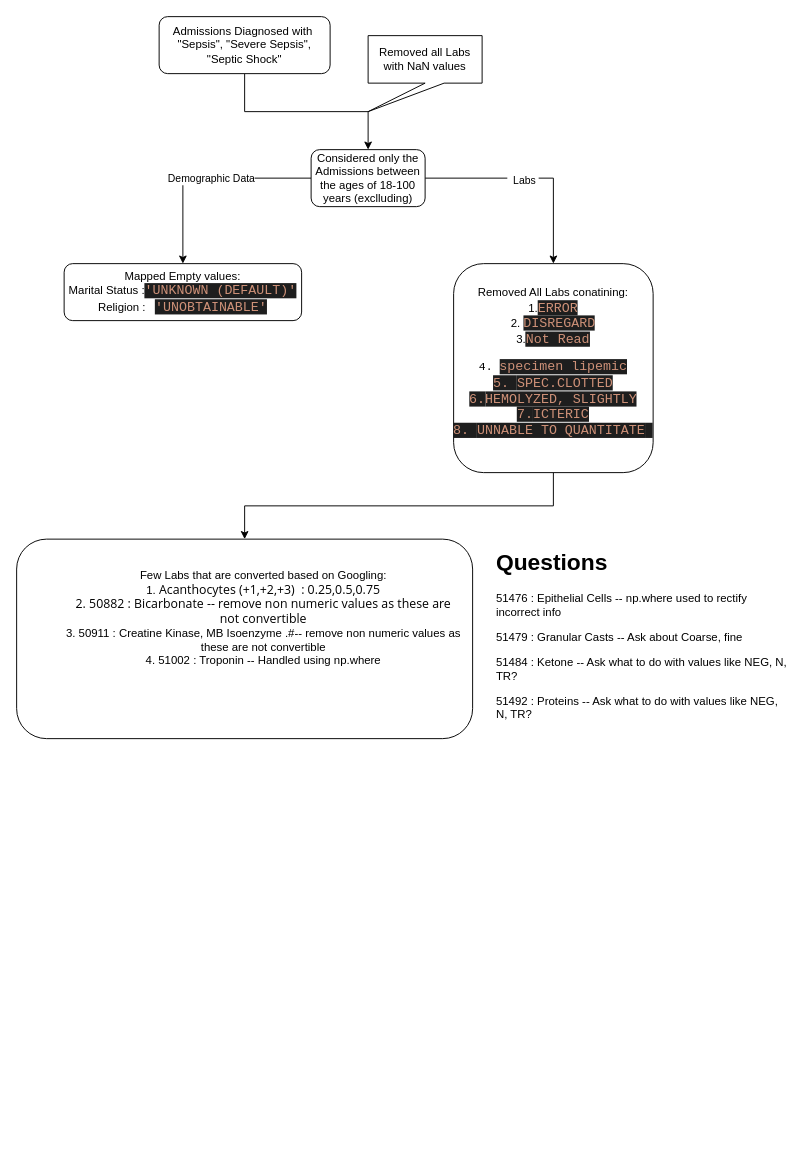
Aftab571/MasterThesisFinal keeps this draw.io diagram as MIMICDataPreprocessing.drawio. Above is the earlier version. Source tidied: cells renumbered, new cells numbered last; positions are measured from the earlier drawing's top-left corner, leaving out a move shared by most shapes. Both pictures are drawn from the tidied source at 95%, with x=0, y=0 at pixel (16, 16).
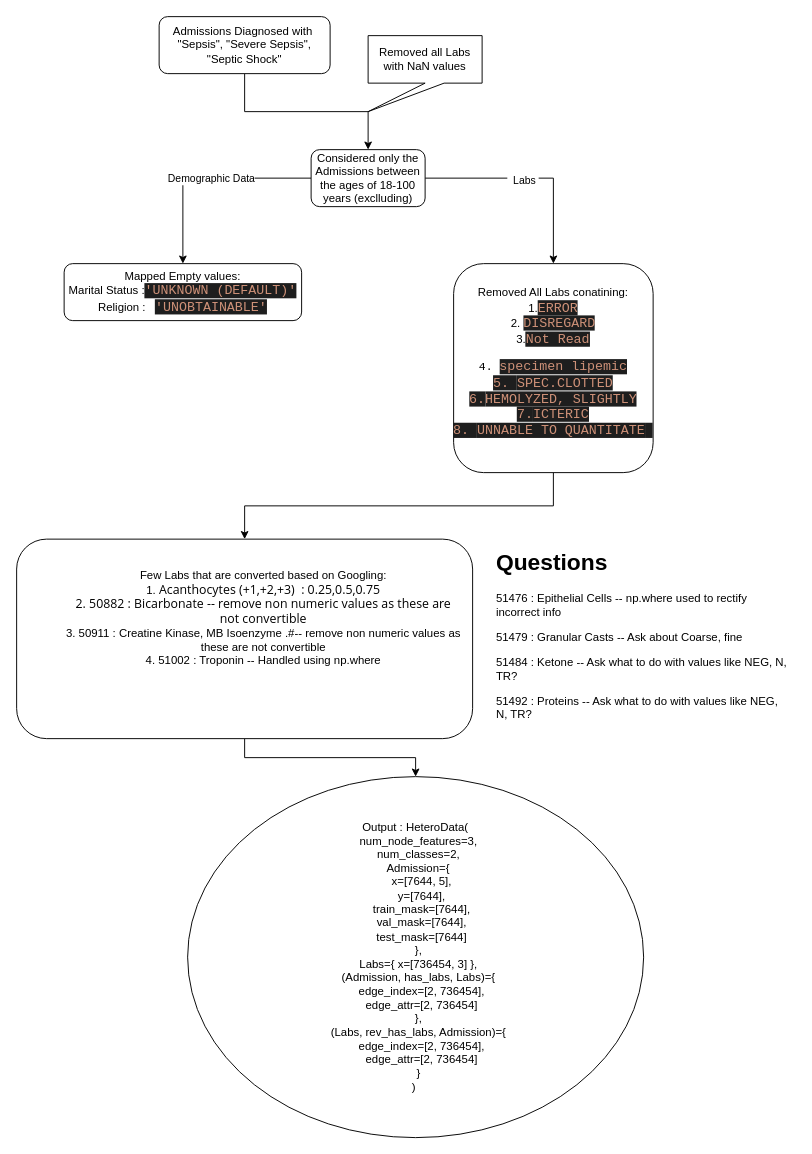
After the change.

Change to the diagram source:
```diff
@@
 <mxGraphModel>
   <root>
     <mxCell id="0" />
     <mxCell id="1" parent="0" />
     <mxCell id="2" style="edgeStyle=orthogonalEdgeStyle;rounded=0;jettySize=auto;html=1;" parent="1" edge="1" source="3" target="8">
       <mxGeometry relative="1" as="geometry" />
     </mxCell>
     <mxCell id="3" value="Admissions Diagnosed with&amp;nbsp;&lt;br&gt;&quot;Sepsis&quot;, &quot;Severe Sepsis&quot;, &quot;Septic Shock&quot;" style="rounded=1;whiteSpace=wrap;html=1;" parent="1" vertex="1">
       <mxGeometry x="150" width="180" height="60" as="geometry" />
     </mxCell>
     <mxCell id="4" style="edgeStyle=orthogonalEdgeStyle;rounded=0;jettySize=auto;html=1;" parent="1" edge="1" source="8" target="10">
       <mxGeometry relative="1" as="geometry" />
     </mxCell>
     <mxCell id="5" value="Demographic Data" style="edgeLabel;html=1;align=center;verticalAlign=middle;" parent="4" vertex="1">
       <mxGeometry x="-0.06" relative="1" as="geometry" />
     </mxCell>
     <mxCell id="6" style="edgeStyle=orthogonalEdgeStyle;rounded=0;jettySize=auto;html=1;" parent="1" edge="1" source="8" target="12">
       <mxGeometry relative="1" as="geometry" />
     </mxCell>
     <mxCell id="7" value="&amp;nbsp; Labs&amp;nbsp;" style="edgeLabel;html=1;align=center;verticalAlign=middle;" parent="6" vertex="1">
       <mxGeometry x="-0.09" y="-2" relative="1" as="geometry" />
     </mxCell>
     <mxCell id="8" value="Considered only the Admissions between the ages of 18-100 years (exclluding)" style="whiteSpace=wrap;html=1;rounded=1;" parent="1" vertex="1">
       <mxGeometry x="310" y="140" width="120" height="60" as="geometry" />
     </mxCell>
     <mxCell id="9" value="Removed all Labs with NaN values" style="shape=callout;whiteSpace=wrap;html=1;perimeter=calloutPerimeter;position2=0;" parent="1" vertex="1">
       <mxGeometry x="370" y="20" width="120" height="80" as="geometry" />
     </mxCell>
     <mxCell id="10" value="Mapped Empty values:&lt;br&gt;Marital Status :&lt;span style=&quot;color: rgb(206, 145, 120); background-color: rgb(30, 30, 30); font-family: Consolas, &amp;quot;Courier New&amp;quot;, monospace; font-size: 14px;&quot;&gt;'UNKNOWN&amp;nbsp;(DEFAULT)'&lt;br&gt;&lt;/span&gt;&lt;span style=&quot;background-color: initial;&quot;&gt;Religion :&amp;nbsp; &amp;nbsp;&lt;/span&gt;&lt;span style=&quot;color: rgb(206, 145, 120); background-color: rgb(30, 30, 30); font-family: Consolas, &amp;quot;Courier New&amp;quot;, monospace; font-size: 14px;&quot;&gt;'UNOBTAINABLE'&lt;/span&gt;" style="whiteSpace=wrap;html=1;rounded=1;" parent="1" vertex="1">
       <mxGeometry x="50" y="260" width="250" height="60" as="geometry" />
     </mxCell>
     <mxCell id="11" style="edgeStyle=orthogonalEdgeStyle;rounded=0;jettySize=auto;html=1;" parent="1" edge="1" source="12" target="13">
       <mxGeometry relative="1" as="geometry" />
     </mxCell>
     <mxCell id="12" value="Removed All Labs conatining:&lt;br&gt;1.&lt;span style=&quot;color: rgb(206, 145, 120); background-color: rgb(30, 30, 30); font-family: Consolas, &amp;quot;Courier New&amp;quot;, monospace; font-size: 14px;&quot;&gt;ERROR&lt;/span&gt;&lt;br&gt;2.&amp;nbsp;&lt;span style=&quot;color: rgb(206, 145, 120); background-color: rgb(30, 30, 30); font-family: Consolas, &amp;quot;Courier New&amp;quot;, monospace; font-size: 14px;&quot;&gt;DISREGARD&lt;/span&gt;&lt;br&gt;3.&lt;font face=&quot;Consolas, Courier New, monospace&quot; color=&quot;#ce9178&quot;&gt;&lt;span style=&quot;font-size: 14px; background-color: rgb(30, 30, 30);&quot;&gt;Not Read&lt;/span&gt;&lt;/font&gt;&lt;pre&gt;4.&amp;nbsp;&lt;span style=&quot;color: rgb(206, 145, 120); background-color: rgb(30, 30, 30); font-family: Consolas, &amp;quot;Courier New&amp;quot;, monospace; font-size: 14px;&quot;&gt;specimen&amp;nbsp;lipemic&lt;/span&gt;&lt;span style=&quot;color: rgb(206, 145, 120); background-color: rgb(30, 30, 30); font-family: Consolas, &amp;quot;Courier New&amp;quot;, monospace; font-size: 14px;&quot;&gt;&lt;br&gt;&lt;/span&gt;&lt;span style=&quot;color: rgb(206, 145, 120); background-color: rgb(30, 30, 30); font-family: Consolas, &amp;quot;Courier New&amp;quot;, monospace; font-size: 14px;&quot;&gt;5. &lt;/span&gt;&lt;span style=&quot;color: rgb(206, 145, 120); background-color: rgb(30, 30, 30); font-family: Consolas, &amp;quot;Courier New&amp;quot;, monospace; font-size: 14px;&quot;&gt;SPEC.CLOTTED&lt;br&gt;&lt;/span&gt;&lt;span style=&quot;background-color: rgb(30, 30, 30); color: rgb(206, 145, 120); font-family: Consolas, &amp;quot;Courier New&amp;quot;, monospace; font-size: 14px;&quot;&gt;6.&lt;/span&gt;&lt;span style=&quot;color: rgb(206, 145, 120); background-color: rgb(30, 30, 30); font-family: Consolas, &amp;quot;Courier New&amp;quot;, monospace; font-size: 14px;&quot;&gt;HEMOLYZED,&amp;nbsp;SLIGHTLY&lt;br&gt;&lt;/span&gt;&lt;span style=&quot;background-color: rgb(30, 30, 30); color: rgb(206, 145, 120); font-family: Consolas, &amp;quot;Courier New&amp;quot;, monospace; font-size: 14px;&quot;&gt;7.&lt;/span&gt;&lt;span style=&quot;color: rgb(206, 145, 120); background-color: rgb(30, 30, 30); font-family: Consolas, &amp;quot;Courier New&amp;quot;, monospace; font-size: 14px;&quot;&gt;ICTERIC&lt;br&gt;&lt;/span&gt;&lt;span style=&quot;background-color: rgb(30, 30, 30); color: rgb(206, 145, 120); font-family: Consolas, &amp;quot;Courier New&amp;quot;, monospace; font-size: 14px;&quot;&gt;8.&amp;nbsp;&lt;/span&gt;&lt;span style=&quot;color: rgb(206, 145, 120); background-color: rgb(30, 30, 30); font-family: Consolas, &amp;quot;Courier New&amp;quot;, monospace; font-size: 14px;&quot;&gt;UNNABLE&amp;nbsp;TO&amp;nbsp;QUANTITATE&lt;/span&gt;&lt;span style=&quot;background-color: rgb(30, 30, 30); color: rgb(206, 145, 120); font-family: Consolas, &amp;quot;Courier New&amp;quot;, monospace; font-size: 14px;&quot;&gt;&amp;nbsp;&lt;/span&gt;&lt;/pre&gt;" style="whiteSpace=wrap;html=1;rounded=1;" parent="1" vertex="1">
       <mxGeometry x="460" y="260" width="210" height="220" as="geometry" />
     </mxCell>
+    <mxCell id="15" style="edgeStyle=orthogonalEdgeStyle;rounded=0;jettySize=auto;html=1;fontColor=#000000;" parent="1" edge="1" source="13" target="16">
+      <mxGeometry relative="1" as="geometry" />
+    </mxCell>
     <mxCell id="13" value="&lt;blockquote style=&quot;margin: 0 0 0 40px; border: none; padding: 0px;&quot;&gt;Few Labs that are converted based on Googling:&lt;br&gt;1.&amp;nbsp;&lt;span style=&quot;text-align: start; background-color: rgb(255, 255, 255);&quot;&gt;&lt;font face=&quot;Open Sans, HelveticaNeue-Light, Helvetica Neue Light, Helvetica Neue, Helvetica, Arial, sans-serif&quot;&gt;&lt;span style=&quot;font-size: 13px;&quot;&gt;Acanthocytes (+1,+2,+3)&amp;nbsp; : 0.25,0.5,0.75&lt;/span&gt;&lt;/font&gt;&lt;br&gt;&lt;/span&gt;&lt;span style=&quot;text-align: start; background-color: rgb(255, 255, 255);&quot;&gt;&lt;font face=&quot;Open Sans, HelveticaNeue-Light, Helvetica Neue Light, Helvetica Neue, Helvetica, Arial, sans-serif&quot;&gt;&lt;span style=&quot;font-size: 13px;&quot;&gt;2. 50882 : Bicarbonate -- remove non numeric values as these are not&amp;nbsp;convertible&lt;br&gt;&lt;/span&gt;&lt;/font&gt;&lt;/span&gt;&lt;span style=&quot;text-align: start; background-color: rgb(255, 255, 255);&quot;&gt;3. 50911 : Creatine Kinase, MB Isoenzyme .#-- remove non numeric values as these are not convertible&lt;br&gt;&lt;/span&gt;&lt;span style=&quot;text-align: start; background-color: rgb(255, 255, 255);&quot;&gt;4. 51002 : Troponin -- Handled using np.where&lt;/span&gt;&lt;/blockquote&gt;&lt;span style=&quot;text-align: start; background-color: rgb(255, 255, 255);&quot;&gt;&lt;br&gt;&lt;font face=&quot;Open Sans, HelveticaNeue-Light, Helvetica Neue Light, Helvetica Neue, Helvetica, Arial, sans-serif&quot;&gt;&lt;span style=&quot;font-size: 13px;&quot;&gt;&amp;nbsp;&amp;nbsp;&lt;/span&gt;&lt;/font&gt;&lt;br&gt;&lt;br&gt;&lt;/span&gt;" style="whiteSpace=wrap;html=1;rounded=1;" parent="1" vertex="1">
       <mxGeometry y="550" width="480" height="210" as="geometry" />
     </mxCell>
     <mxCell id="14" value="&lt;h1&gt;Questions&lt;/h1&gt;&lt;p&gt;51476 : Epithelial Cells -- np.where used to rectify incorrect info&lt;/p&gt;&lt;p&gt;51479 : Granular Casts -- Ask about Coarse, fine&lt;br&gt;&lt;/p&gt;&lt;p&gt;51484 : Ketone -- Ask what to do with values like NEG, N, TR?&lt;br&gt;&lt;/p&gt;&lt;p&gt;51492 : Proteins -- Ask what to do with values like NEG, N, TR?&lt;br&gt;&lt;/p&gt;&lt;p&gt;50827 : Ventilation Rate&amp;nbsp; -- Harmonic Mean good?&lt;/p&gt;" style="text;html=1;strokeColor=none;fillColor=none;spacing=5;spacingTop=-20;whiteSpace=wrap;overflow=hidden;rounded=0;labelBackgroundColor=#FFFFFF;fontColor=#000000;" parent="1" vertex="1">
       <mxGeometry x="500" y="555" width="320" height="195" as="geometry" />
     </mxCell>
+    <mxCell id="16" value="Output :&amp;nbsp;&lt;span style=&quot;background-color: initial;&quot;&gt;HeteroData(&lt;/span&gt;&lt;div&gt;&amp;nbsp; num_node_features=3,&lt;/div&gt;&lt;div&gt;&amp;nbsp; num_classes=2,&lt;/div&gt;&lt;div&gt;&amp;nbsp; Admission={&lt;/div&gt;&lt;div&gt;&amp;nbsp; &amp;nbsp; x=[7644, 5],&lt;/div&gt;&lt;div&gt;&amp;nbsp; &amp;nbsp; y=[7644],&lt;/div&gt;&lt;div&gt;&amp;nbsp; &amp;nbsp; train_mask=[7644],&lt;/div&gt;&lt;div&gt;&amp;nbsp; &amp;nbsp; val_mask=[7644],&lt;/div&gt;&lt;div&gt;&amp;nbsp; &amp;nbsp; test_mask=[7644]&lt;/div&gt;&lt;div&gt;&amp;nbsp; },&lt;/div&gt;&lt;div&gt;&amp;nbsp; Labs={ x=[736454, 3] },&lt;/div&gt;&lt;div&gt;&amp;nbsp; (Admission, has_labs, Labs)={&lt;/div&gt;&lt;div&gt;&amp;nbsp; &amp;nbsp; edge_index=[2, 736454],&lt;/div&gt;&lt;div&gt;&amp;nbsp; &amp;nbsp; edge_attr=[2, 736454]&lt;/div&gt;&lt;div&gt;&amp;nbsp; },&lt;/div&gt;&lt;div&gt;&amp;nbsp; (Labs, rev_has_labs, Admission)={&lt;/div&gt;&lt;div&gt;&amp;nbsp; &amp;nbsp; edge_index=[2, 736454],&lt;/div&gt;&lt;div&gt;&amp;nbsp; &amp;nbsp; edge_attr=[2, 736454]&lt;/div&gt;&lt;div&gt;&amp;nbsp; }&lt;/div&gt;&lt;span style=&quot;background-color: initial;&quot;&gt;)&lt;/span&gt;&amp;nbsp;" style="ellipse;whiteSpace=wrap;html=1;rounded=1;" parent="1" vertex="1">
+      <mxGeometry x="180" y="800" width="480" height="380" as="geometry" />
+    </mxCell>
   </root>
 </mxGraphModel>
```
